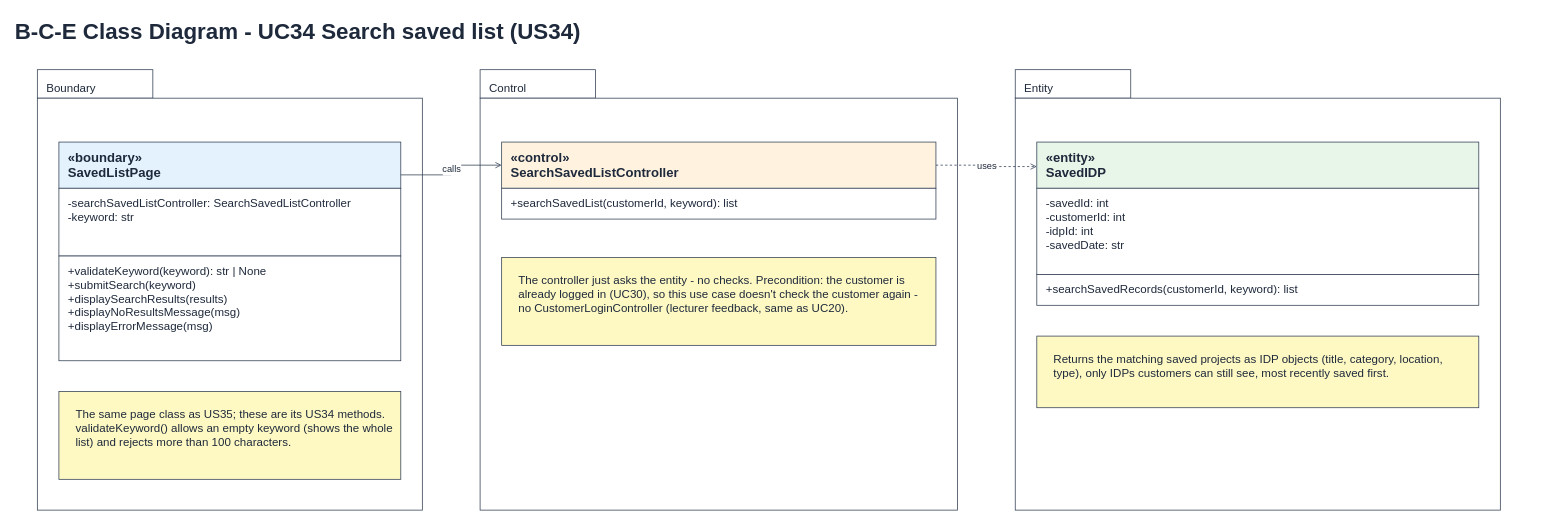
Earlier version of the draw.io diagram page "5 BCE Class Diagram" (4 of 5) of Sprint_4/US34 - Search Saved List/US34 Search saved list.drawio (Hanzxc/CSIT314-ARCHSS). Source tidied: cells renumbered, new cells numbered last; positions are measured from the earlier drawing's top-left corner, leaving out a move shared by most shapes. Both pictures are drawn from the tidied source at 77%, with x=0, y=0 at pixel (13, 13).
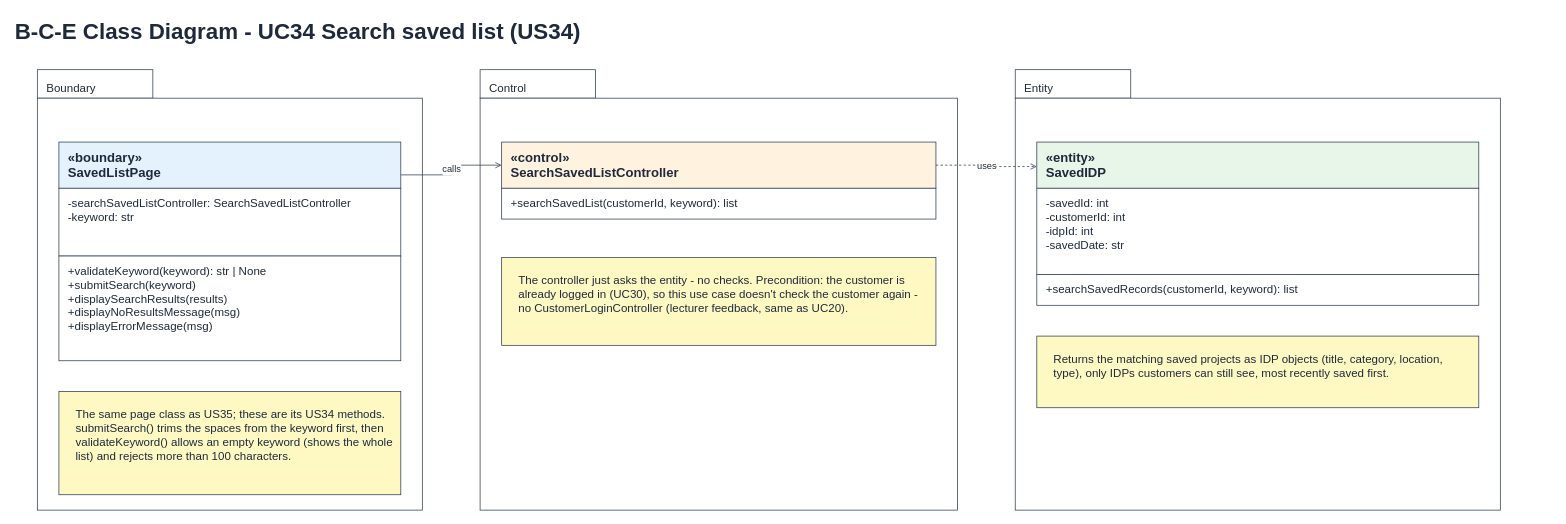
The same page after the edit.

What changed in the source:
```diff
@@
-    <mxCell id="13" value="The same page class as US35; these are its US34 methods. validateKeyword() allows an empty keyword (shows the whole list) and rejects more than 100 characters." style="rounded=0;whiteSpace=wrap;html=1;fillColor=#fef9c3;strokeColor=#334155;align=left;verticalAlign=top;spacingLeft=10;spacingTop=4;fontSize=15;fontColor=#1e293b;whiteSpace=wrap;spacing=12;" parent="1" vertex="1">
-      <mxGeometry x="59" y="491" width="444" height="114" as="geometry" />
+    <mxCell id="13" value="The same page class as US35; these are its US34 methods. submitSearch() trims the spaces from the keyword first, then validateKeyword() allows an empty keyword (shows the whole list) and rejects more than 100 characters." style="rounded=0;whiteSpace=wrap;html=1;fillColor=#fef9c3;strokeColor=#334155;align=left;verticalAlign=top;spacingLeft=10;spacingTop=4;fontSize=15;fontColor=#1e293b;whiteSpace=wrap;spacing=12;" parent="1" vertex="1">
+      <mxGeometry x="59" y="491" width="444" height="134" as="geometry" />
     </mxCell>
```
